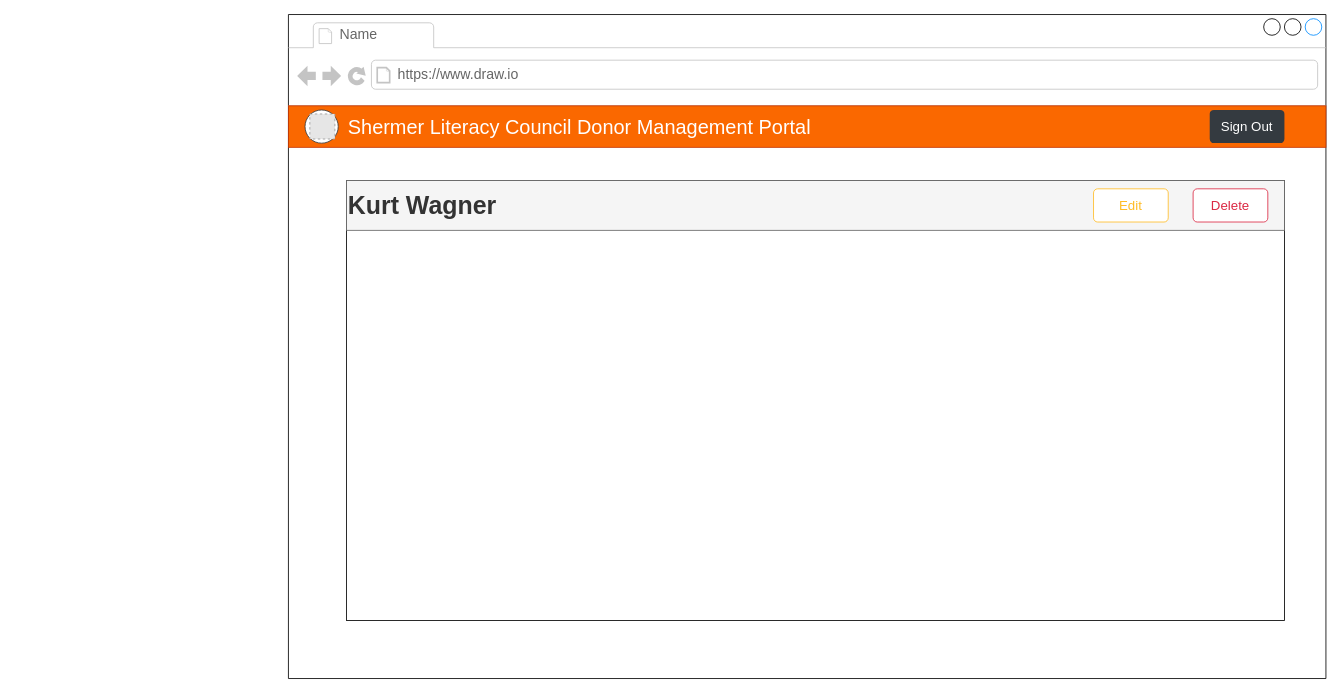
This is page "ViewDonor" (5 of 7) of docs/donor-tracker-mock.drawio from CaseyPitman/Donor-Management-Portal, a draw.io file, before an edit. Source tidied: cells renumbered, new cells numbered last; positions are measured from the earlier drawing's top-left corner, leaving out a move shared by most shapes. Both pictures are drawn from the tidied source at 83%, with x=0, y=0 at pixel (288, 14). Pictures stored in the file or linked from it are replaced by grey dashed boxes.
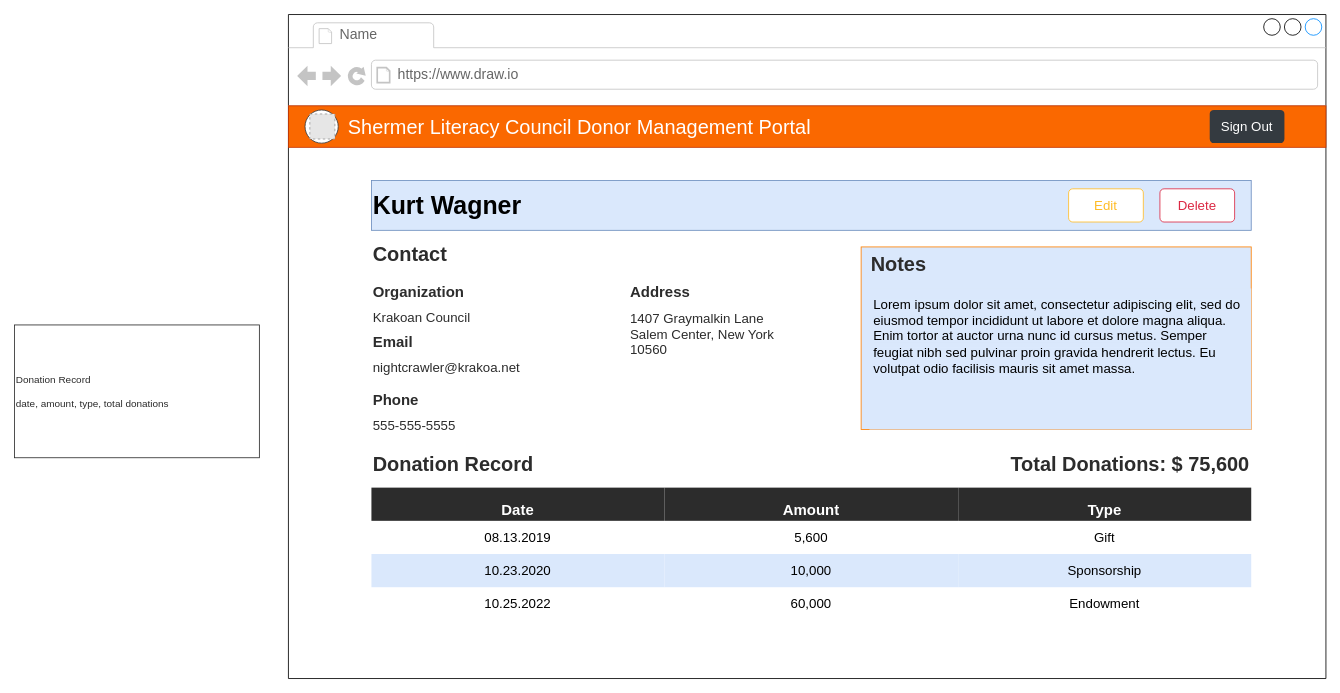
Above is the later version.

Commit message:
Update donor-tracker-mock.drawio: ViewDonor - Layout finsihed.

The change refers to these unchanged cells:
```xml
<mxCell id="2" style="strokeWidth=1;shadow=0;dashed=0;align=center;html=1;shape=mxgraph.mockup.containers.browserWindow;rSize=0;strokeColor2=#008cff;strokeColor3=#c4c4c4;mainText=,;" parent="1" vertex="1">
  <mxGeometry width="1250" height="800" as="geometry" />
</mxCell>
```

The edit, as a diff of the source:
```diff
@@
-    <mxCell id="10" style="rounded=0;whiteSpace=wrap;html=1;align=left;" parent="2" vertex="1">
-      <mxGeometry x="70" y="200" width="1130" height="530" as="geometry" />
+    <mxCell id="10" style="rounded=0;whiteSpace=wrap;html=1;align=left;strokeColor=none;" parent="2" vertex="1">
+      <mxGeometry x="70" y="200" width="1120" height="550" as="geometry" />
     </mxCell>
-    <mxCell id="11" value="&lt;h1&gt;&lt;font style=&quot;font-size: 30px&quot;&gt;Kurt Wagner&lt;/font&gt;&lt;/h1&gt;" style="rounded=0;whiteSpace=wrap;html=1;align=left;strokeColor=#666666;fillColor=#f5f5f5;fontColor=#333333;" parent="2" vertex="1">
-      <mxGeometry x="70" y="200" width="1130" height="60" as="geometry" />
+    <mxCell id="11" value="&lt;h1&gt;&lt;font style=&quot;font-size: 30px&quot;&gt;Kurt Wagner&lt;/font&gt;&lt;/h1&gt;" style="rounded=0;whiteSpace=wrap;html=1;align=left;strokeColor=#6c8ebf;fillColor=#dae8fc;" parent="2" vertex="1">
+      <mxGeometry x="100" y="200" width="1060" height="60" as="geometry" />
     </mxCell>
     <mxCell id="12" value="Delete" style="html=1;shadow=0;dashed=0;shape=mxgraph.bootstrap.rrect;rSize=5;strokeColor=#DB2843;strokeWidth=1;fontColor=#DB2843;whiteSpace=wrap;align=center;verticalAlign=middle;spacingLeft=0;fontStyle=0;fontSize=16;spacing=5;rounded=0;fillColor=#FFFFFF;" parent="2" vertex="1">
-      <mxGeometry x="1090" y="210" width="90" height="40" as="geometry" />
+      <mxGeometry x="1050" y="210" width="90" height="40" as="geometry" />
     </mxCell>
     <mxCell id="13" value="Edit" style="html=1;shadow=0;dashed=0;shape=mxgraph.bootstrap.rrect;rSize=5;strokeColor=#FFBC26;strokeWidth=1;fontColor=#FFBC26;whiteSpace=wrap;align=center;verticalAlign=middle;spacingLeft=0;fontStyle=0;fontSize=16;spacing=5;rounded=0;fillColor=#FFFFFF;" parent="2" vertex="1">
-      <mxGeometry x="970" y="210" width="90" height="40" as="geometry" />
+      <mxGeometry x="940" y="210" width="90" height="40" as="geometry" />
     </mxCell>
+    <mxCell id="14" value="&lt;h2&gt;Phone&lt;/h2&gt;" style="rounded=0;whiteSpace=wrap;html=1;fillColor=#FFFFFF;gradientColor=none;fontColor=#2C2C2C;align=left;strokeColor=none;" parent="2" vertex="1">
+      <mxGeometry x="100" y="440" width="130" height="50" as="geometry" />
+    </mxCell>
+    <mxCell id="15" value="&lt;h2&gt;Email&lt;/h2&gt;" style="rounded=0;whiteSpace=wrap;html=1;fillColor=#FFFFFF;gradientColor=none;fontColor=#2C2C2C;align=left;strokeColor=none;" parent="2" vertex="1">
+      <mxGeometry x="100" y="370" width="200" height="50" as="geometry" />
+    </mxCell>
+    <mxCell id="16" value="&lt;h2&gt;Organization&lt;/h2&gt;" style="rounded=0;whiteSpace=wrap;html=1;fillColor=#FFFFFF;gradientColor=none;fontColor=#2C2C2C;align=left;strokeColor=none;" parent="2" vertex="1">
+      <mxGeometry x="100" y="310" width="130" height="50" as="geometry" />
+    </mxCell>
+    <mxCell id="17" value="&lt;h2&gt;Address&lt;/h2&gt;" style="rounded=0;whiteSpace=wrap;html=1;fillColor=#FFFFFF;gradientColor=none;fontColor=#2C2C2C;align=left;strokeColor=none;" parent="2" vertex="1">
+      <mxGeometry x="410" y="310" width="130" height="50" as="geometry" />
+    </mxCell>
+    <mxCell id="18" value="&lt;h1&gt;Contact&lt;/h1&gt;" style="text;html=1;strokeColor=none;fillColor=none;align=left;verticalAlign=middle;whiteSpace=wrap;rounded=0;fontColor=#2C2C2C;" parent="2" vertex="1">
+      <mxGeometry x="100" y="240" width="210" height="100" as="geometry" />
+    </mxCell>
+    <mxCell id="19" value="&lt;h1&gt;Donation Record&lt;/h1&gt;" style="text;html=1;strokeColor=none;fillColor=none;align=left;verticalAlign=middle;whiteSpace=wrap;rounded=0;fontColor=#2C2C2C;" parent="2" vertex="1">
+      <mxGeometry x="100" y="517" width="210" height="50" as="geometry" />
+    </mxCell>
+    <mxCell id="20" style="shape=table;html=1;whiteSpace=wrap;startSize=0;childLayout=tableLayout;strokeColor=none;" parent="2" vertex="1">
+      <mxGeometry x="100" y="570" width="1060" height="160" as="geometry" />
+    </mxCell>
+    <mxCell id="21" style="shape=partialRectangle;html=1;whiteSpace=wrap;fillColor=none;top=0;left=0;bottom=0;right=0;" parent="20" vertex="1">
+      <mxGeometry width="1060" height="40" as="geometry" />
+    </mxCell>
+    <mxCell id="22" value="&lt;h2&gt;Date&lt;/h2&gt;" style="shape=partialRectangle;html=1;whiteSpace=wrap;overflow=hidden;top=0;left=0;bottom=0;right=0;fillColor=#2C2C2C;fontColor=#FFFFFF;" parent="21" vertex="1">
+      <mxGeometry width="353" height="40" as="geometry" />
+    </mxCell>
+    <mxCell id="23" value="&lt;h2&gt;Amount&lt;/h2&gt;" style="shape=partialRectangle;html=1;whiteSpace=wrap;overflow=hidden;top=0;left=0;bottom=0;right=0;fillColor=#2C2C2C;fontColor=#FFFFFF;" parent="21" vertex="1">
+      <mxGeometry x="353" width="354" height="40" as="geometry" />
+    </mxCell>
+    <mxCell id="24" value="&lt;h2&gt;Type&lt;/h2&gt;" style="shape=partialRectangle;html=1;whiteSpace=wrap;overflow=hidden;top=0;left=0;bottom=0;right=0;fillColor=#2C2C2C;fontColor=#FFFFFF;verticalAlign=middle;" parent="21" vertex="1">
+      <mxGeometry x="707" width="353" height="40" as="geometry" />
+    </mxCell>
+    <mxCell id="25" style="shape=partialRectangle;html=1;whiteSpace=wrap;fillColor=none;top=0;left=0;bottom=0;right=0;" parent="20" vertex="1">
+      <mxGeometry y="40" width="1060" height="40" as="geometry" />
+    </mxCell>
+    <mxCell id="26" value="08.13.2019" style="shape=partialRectangle;html=1;whiteSpace=wrap;overflow=hidden;fillColor=none;top=0;left=0;bottom=0;right=0;fontSize=16;" parent="25" vertex="1">
+      <mxGeometry width="353" height="40" as="geometry" />
+    </mxCell>
+    <mxCell id="27" value="5,600" style="shape=partialRectangle;html=1;whiteSpace=wrap;overflow=hidden;fillColor=none;top=0;left=0;bottom=0;right=0;fontSize=16;" parent="25" vertex="1">
+      <mxGeometry x="353" width="354" height="40" as="geometry" />
+    </mxCell>
+    <mxCell id="28" value="Gift" style="shape=partialRectangle;html=1;whiteSpace=wrap;overflow=hidden;fillColor=none;top=0;left=0;bottom=0;right=0;fontSize=16;" parent="25" vertex="1">
+      <mxGeometry x="707" width="353" height="40" as="geometry" />
+    </mxCell>
+    <mxCell id="29" style="shape=partialRectangle;html=1;whiteSpace=wrap;fillColor=none;top=0;left=0;bottom=0;right=0;strokeColor=#FF3333;" parent="20" vertex="1">
+      <mxGeometry y="80" width="1060" height="40" as="geometry" />
+    </mxCell>
+    <mxCell id="30" value="10.23.2020" style="shape=partialRectangle;html=1;whiteSpace=wrap;overflow=hidden;fillColor=#dae8fc;top=0;left=0;bottom=0;right=0;fontSize=16;strokeColor=#6c8ebf;" parent="29" vertex="1">
+      <mxGeometry width="353" height="40" as="geometry" />
+    </mxCell>
+    <mxCell id="31" value="10,000" style="shape=partialRectangle;html=1;whiteSpace=wrap;overflow=hidden;fillColor=#dae8fc;top=0;left=0;bottom=0;right=0;fontSize=16;strokeColor=#6c8ebf;" parent="29" vertex="1">
+      <mxGeometry x="353" width="354" height="40" as="geometry" />
+    </mxCell>
+    <mxCell id="32" value="Sponsorship" style="shape=partialRectangle;html=1;whiteSpace=wrap;overflow=hidden;fillColor=#dae8fc;top=0;left=0;bottom=0;right=0;fontSize=16;strokeColor=#6c8ebf;" parent="29" vertex="1">
+      <mxGeometry x="707" width="353" height="40" as="geometry" />
+    </mxCell>
+    <mxCell id="33" style="shape=partialRectangle;html=1;whiteSpace=wrap;fillColor=none;top=0;left=0;bottom=0;right=0;" parent="20" vertex="1">
+      <mxGeometry y="120" width="1060" height="40" as="geometry" />
+    </mxCell>
+    <mxCell id="34" value="10.25.2022" style="shape=partialRectangle;html=1;whiteSpace=wrap;overflow=hidden;fillColor=none;top=0;left=0;bottom=0;right=0;fontSize=16;" parent="33" vertex="1">
+      <mxGeometry width="353" height="40" as="geometry" />
+    </mxCell>
+    <mxCell id="35" value="60,000" style="shape=partialRectangle;html=1;whiteSpace=wrap;overflow=hidden;fillColor=none;top=0;left=0;bottom=0;right=0;fontSize=16;" parent="33" vertex="1">
+      <mxGeometry x="353" width="354" height="40" as="geometry" />
+    </mxCell>
+    <mxCell id="36" value="Endowment" style="shape=partialRectangle;html=1;whiteSpace=wrap;overflow=hidden;fillColor=none;top=0;left=0;bottom=0;right=0;fontSize=16;" parent="33" vertex="1">
+      <mxGeometry x="707" width="353" height="40" as="geometry" />
+    </mxCell>
+    <mxCell id="37" value="&lt;h1&gt;Total Donations: $ 75,600&lt;/h1&gt;" style="text;html=1;strokeColor=none;fillColor=none;align=right;verticalAlign=middle;whiteSpace=wrap;rounded=0;fontColor=#2C2C2C;" parent="2" vertex="1">
+      <mxGeometry x="700" y="517" width="460" height="50" as="geometry" />
+    </mxCell>
+    <mxCell id="38" value="&lt;font style=&quot;font-size: 16px&quot;&gt;Krakoan Council&lt;/font&gt;" style="rounded=0;whiteSpace=wrap;html=1;fillColor=#FFFFFF;gradientColor=none;fontColor=#2C2C2C;align=left;labelPosition=center;verticalLabelPosition=middle;verticalAlign=middle;strokeColor=none;" parent="2" vertex="1">
+      <mxGeometry x="100" y="350" width="210" height="30" as="geometry" />
+    </mxCell>
+    <mxCell id="39" value="&lt;font style=&quot;font-size: 16px&quot;&gt;nightcrawler@krakoa.net&lt;/font&gt;" style="rounded=0;whiteSpace=wrap;html=1;fillColor=#FFFFFF;gradientColor=none;fontColor=#2C2C2C;align=left;labelPosition=center;verticalLabelPosition=middle;verticalAlign=middle;strokeColor=none;" parent="2" vertex="1">
+      <mxGeometry x="100" y="410" width="210" height="30" as="geometry" />
+    </mxCell>
+    <mxCell id="40" value="&lt;font style=&quot;font-size: 16px&quot;&gt;555-555-5555&lt;/font&gt;" style="rounded=0;whiteSpace=wrap;html=1;fillColor=#FFFFFF;gradientColor=none;fontColor=#2C2C2C;align=left;labelPosition=center;verticalLabelPosition=middle;verticalAlign=middle;strokeColor=none;" parent="2" vertex="1">
+      <mxGeometry x="100" y="480" width="210" height="30" as="geometry" />
+    </mxCell>
+    <mxCell id="41" value="&lt;font style=&quot;font-size: 16px&quot;&gt;1407 Graymalkin Lane&lt;br&gt;Salem Center, New York&lt;br&gt;10560&lt;/font&gt;" style="rounded=0;whiteSpace=wrap;html=1;fillColor=#FFFFFF;gradientColor=none;fontColor=#2C2C2C;align=left;labelPosition=center;verticalLabelPosition=middle;verticalAlign=top;strokeColor=none;" parent="2" vertex="1">
+      <mxGeometry x="410" y="350" width="210" height="160" as="geometry" />
+    </mxCell>
+    <mxCell id="42" style="rounded=0;whiteSpace=wrap;html=1;fillColor=#DAE8FC;gradientColor=none;fontSize=16;fontColor=#FFFFFF;align=left;strokeColor=#FF8000;" parent="2" vertex="1">
+      <mxGeometry x="690" y="280" width="470" height="220" as="geometry" />
+    </mxCell>
+    <mxCell id="43" value="&lt;span style=&quot;font-style: normal ; font-weight: 400 ; letter-spacing: normal ; text-indent: 0px ; text-transform: none ; word-spacing: 0px ; display: inline ; float: none ; background-color: rgb(218 , 232 , 252)&quot;&gt;&lt;font style=&quot;font-size: 16px&quot;&gt;Lorem ipsum dolor sit amet, consectetur adipiscing elit, sed do eiusmod tempor incididunt ut labore et dolore magna aliqua. Enim tortor at auctor urna nunc id cursus metus. Semper feugiat nibh sed pulvinar proin gravida hendrerit lectus. Eu volutpat odio facilisis mauris sit amet massa.&lt;/font&gt;&lt;/span&gt;" style="rounded=0;whiteSpace=wrap;html=1;fillColor=#dae8fc;align=left;verticalAlign=top;spacingTop=0;spacing=5;strokeColor=none;" parent="2" vertex="1">
+      <mxGeometry x="700" y="330" width="460" height="170" as="geometry" />
+    </mxCell>
+    <mxCell id="44" value="&lt;h1&gt;Notes&lt;/h1&gt;" style="text;html=1;strokeColor=none;fillColor=none;align=left;verticalAlign=middle;whiteSpace=wrap;rounded=0;fontColor=#2C2C2C;" parent="2" vertex="1">
+      <mxGeometry x="700" y="252" width="210" height="100" as="geometry" />
+    </mxCell>
+    <mxCell id="45" value="Donation Record&lt;br&gt;&lt;br&gt;date, amount, type, total donations" style="rounded=0;whiteSpace=wrap;html=1;strokeColor=#2C2C2C;fillColor=#FFFFFF;gradientColor=none;fontColor=#2C2C2C;align=left;" parent="1" vertex="1">
+      <mxGeometry x="-330" y="374" width="295" height="160" as="geometry" />
+    </mxCell>
```
